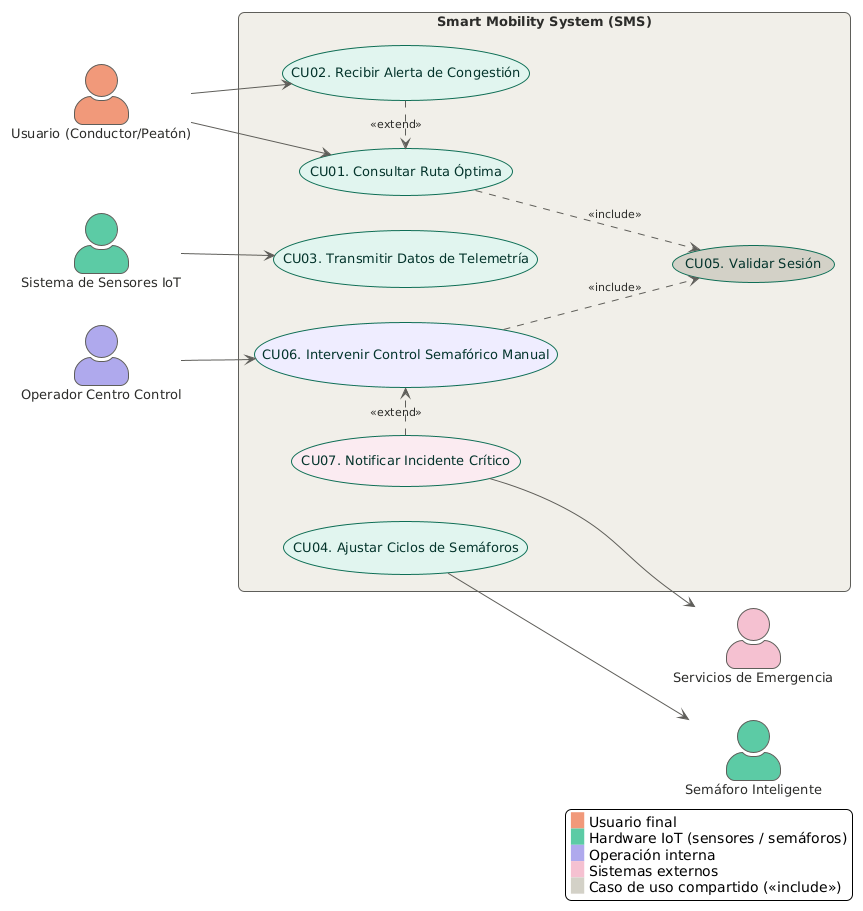
Above: diagrams/renders/vista-casos-de-uso.png in JhonathanMusa/smart-mobility-system (PlantUML), before the change. Its diagram source:
```plantuml
@startuml
!theme plain
skinparam packageStyle rectangle
skinparam actorStyle awesome
skinparam shadowing false
skinparam roundCorner 12
skinparam defaultFontName Arial
skinparam defaultFontSize 13

skinparam ArrowColor #5F5E5A
skinparam ArrowFontColor #2C2C2A
skinparam ArrowFontSize 11

skinparam usecase {
  BackgroundColor #E1F5EE
  BorderColor #0F6E56
  FontColor #04342C
  BorderThickness 1
}

skinparam actor {
  BorderColor #5F5E5A
  FontColor #2C2C2A
  BorderThickness 1
}

skinparam rectangle {
  BackgroundColor #F1EFE8
  BorderColor #5F5E5A
  FontColor #2C2C2A
  BorderThickness 1
}

left to right direction

actor "Usuario (Conductor/Peatón)" as User #F0997B
actor "Sistema de Sensores IoT" as Sensors #5DCAA5
actor "Semáforo Inteligente" as TrafficLight #5DCAA5
actor "Operador Centro Control" as Operator #AFA9EC
actor "Servicios de Emergencia" as Emergency #F4C0D1

rectangle "Smart Mobility System (SMS)" {
  usecase "CU01. Consultar Ruta Óptima" as CU01
  usecase "CU02. Recibir Alerta de Congestión" as CU02
  usecase "CU03. Transmitir Datos de Telemetría" as CU03 #E1F5EE
  usecase "CU04. Ajustar Ciclos de Semáforos" as CU04 #E1F5EE
  usecase "CU05. Validar Sesión" as CU05 #D3D1C7
  usecase "CU06. Intervenir Control Semafórico Manual" as CU06 #EEEDFE
  usecase "CU07. Notificar Incidente Crítico" as CU07 #FBEAF0
}

User --> CU01
User --> CU02
Sensors --> CU03
CU04 --> TrafficLight
Operator --> CU06
CU07 --> Emergency

CU01 ..> CU05 : <<include>>
CU06 ..> CU05 : <<include>>
CU02 .> CU01 : <<extend>>
CU07 .> CU06 : <<extend>>

legend right
  <back:#F0997B>   </back> Usuario final
  <back:#5DCAA5>   </back> Hardware IoT (sensores / semáforos)
  <back:#AFA9EC>   </back> Operación interna
  <back:#F4C0D1>   </back> Sistemas externos
  <back:#D3D1C7>   </back> Caso de uso compartido (<<include>>)
endlegend
@enduml
```
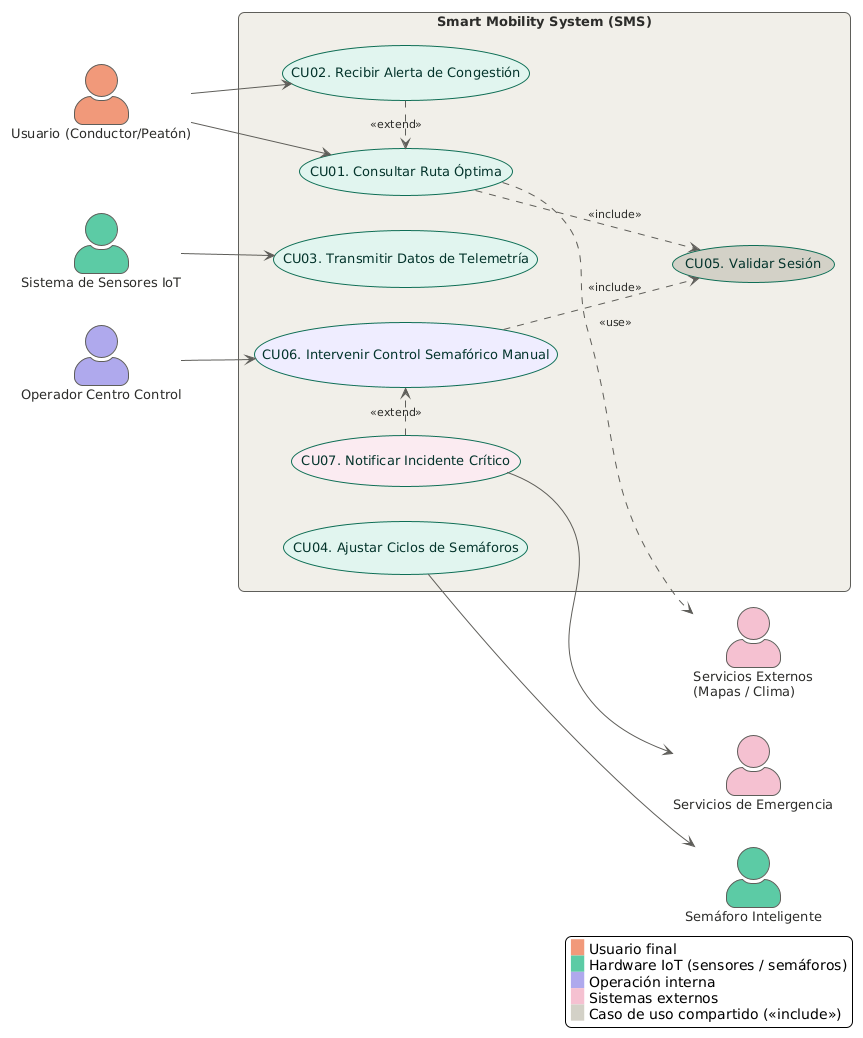
After the commit.

Diff of the diagram source:
```diff
@@ -38,6 +38,7 @@
 actor "Semáforo Inteligente" as TrafficLight #5DCAA5
 actor "Operador Centro Control" as Operator #AFA9EC
 actor "Servicios de Emergencia" as Emergency #F4C0D1
+actor "Servicios Externos\n(Mapas / Clima)" as ExtServices #F4C0D1
 
 rectangle "Smart Mobility System (SMS)" {
   usecase "CU01. Consultar Ruta Óptima" as CU01
@@ -60,6 +61,7 @@
 CU06 ..> CU05 : <<include>>
 CU02 .> CU01 : <<extend>>
 CU07 .> CU06 : <<extend>>
+CU01 ..> ExtServices : <<use>>
 
 legend right
   <back:#F0997B>   </back> Usuario final
```
